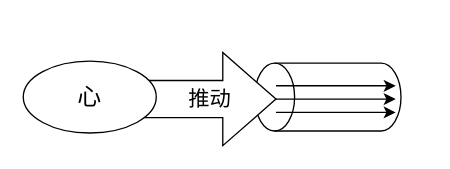
Earlier version of the draw.io diagram 医门推敲叁/中医藏象学说/藏象学说之心/心主血脉理解.drawio (328507133/chart). Source tidied: cells renumbered, new cells numbered last; positions are measured from the earlier drawing's top-left corner, leaving out a move shared by most shapes. Both pictures are drawn from the tidied source at 133%, with x=0, y=0 at pixel (23, 23).
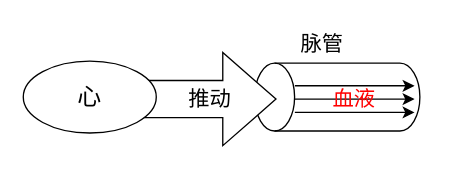
Above is the later version.

Commit message (it also covers changes not shown here):
更新心主血脉理解.drawio

The edit, as a diff of the source:
```diff
@@
 <mxGraphModel>
   <root>
     <mxCell id="0" />
     <mxCell id="1" parent="0" />
     <mxCell id="2" style="shape=cylinder3;whiteSpace=wrap;html=1;boundedLbl=1;backgroundOutline=1;size=15;rotation=-90;" parent="1" vertex="1">
-      <mxGeometry x="203.5" y="0.5" width="51" height="110" as="geometry" />
+      <mxGeometry x="210.6" y="-6.6" width="51" height="124.2" as="geometry" />
     </mxCell>
     <mxCell id="3" value="推动" style="html=1;shadow=0;dashed=0;align=center;verticalAlign=middle;shape=mxgraph.arrows2.arrow;dy=0.6;dx=40;notch=0;fontSize=16;" parent="1" vertex="1">
       <mxGeometry x="90" y="22" width="100" height="70" as="geometry" />
     </mxCell>
     <mxCell id="4" style="group;" parent="1" vertex="1">
-      <mxGeometry x="190" y="47" width="90" height="20" as="geometry" />
+      <mxGeometry x="204.2" y="47" width="90" height="20" as="geometry" />
     </mxCell>
     <mxCell id="5" style="endArrow=classic;html=1;rounded=0;" parent="4" edge="1">
       <mxGeometry relative="1" as="geometry">
         <mxPoint as="sourcePoint" />
         <mxPoint x="90" as="targetPoint" />
       </mxGeometry>
     </mxCell>
     <mxCell id="6" style="endArrow=classic;html=1;rounded=0;" parent="4" edge="1">
       <mxGeometry relative="1" as="geometry">
         <mxPoint y="10" as="sourcePoint" />
         <mxPoint x="90" y="10" as="targetPoint" />
       </mxGeometry>
     </mxCell>
     <mxCell id="7" style="endArrow=classic;html=1;rounded=0;" parent="4" edge="1">
       <mxGeometry relative="1" as="geometry">
         <mxPoint y="20" as="sourcePoint" />
         <mxPoint x="90" y="20" as="targetPoint" />
       </mxGeometry>
     </mxCell>
     <mxCell id="8" value="心" style="ellipse;whiteSpace=wrap;html=1;fontSize=18;" parent="1" vertex="1">
       <mxGeometry y="28.5" width="100" height="54" as="geometry" />
     </mxCell>
+    <mxCell id="9" value="脉管" style="text;html=1;strokeColor=none;fillColor=none;align=center;verticalAlign=middle;whiteSpace=wrap;rounded=0;fontSize=16;" parent="1" vertex="1">
+      <mxGeometry x="195" width="60" height="30" as="geometry" />
+    </mxCell>
+    <mxCell id="10" value="血液" style="text;html=1;strokeColor=none;fillColor=none;align=center;verticalAlign=middle;whiteSpace=wrap;rounded=0;fontSize=16;fontColor=#FF0000;" parent="1" vertex="1">
+      <mxGeometry x="219.2" y="42" width="60" height="30" as="geometry" />
+    </mxCell>
   </root>
 </mxGraphModel>
```
